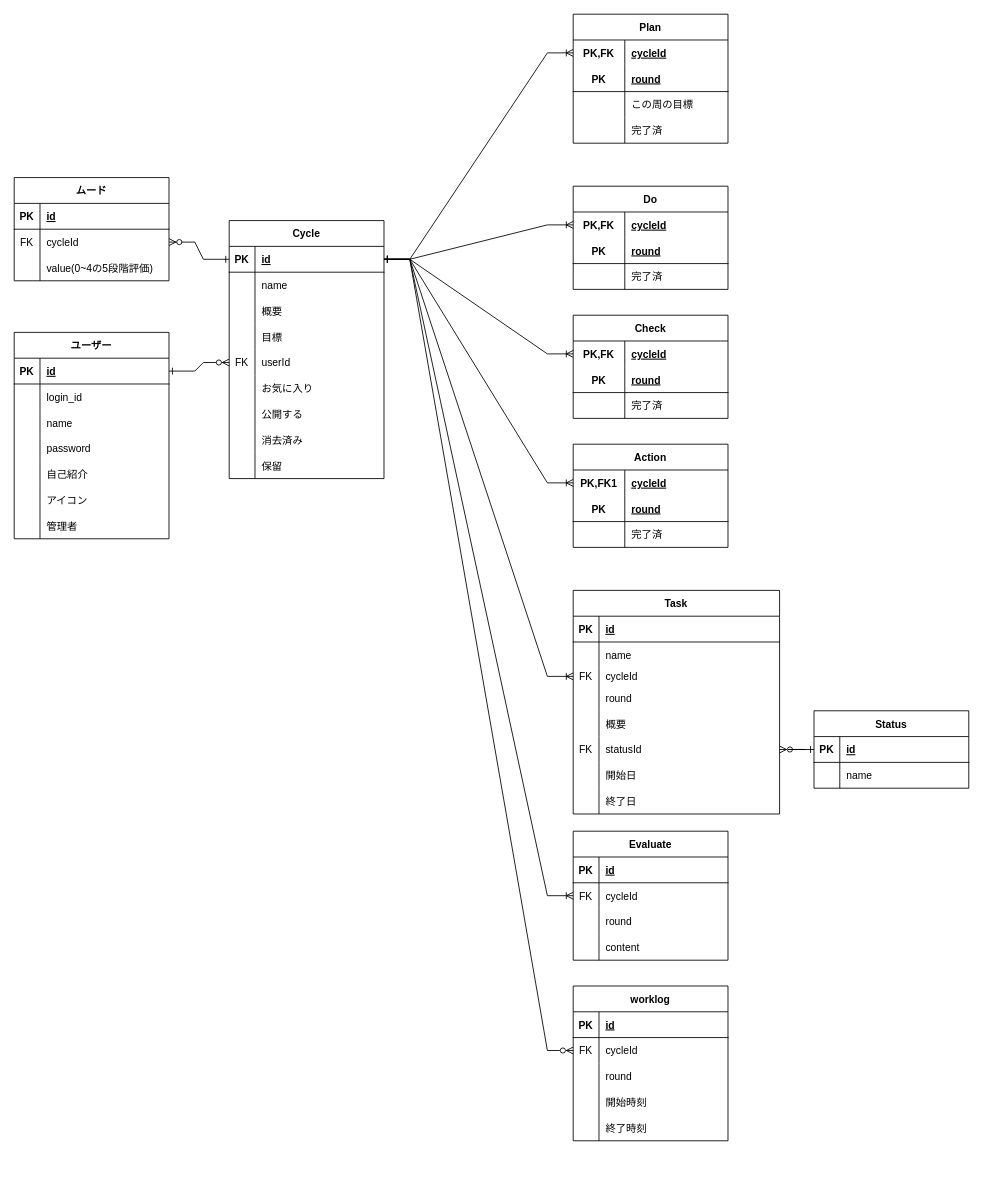
Before: page "ER図(論理図)" (3 of 9) of ER.drawio in katkatprog/drowio, a draw.io diagram. Source tidied: cells renumbered, new cells numbered last; positions are measured from the earlier drawing's top-left corner, leaving out a move shared by most shapes. Both pictures are drawn from the tidied source at 86%, with x=0, y=0 at pixel (14, 14).
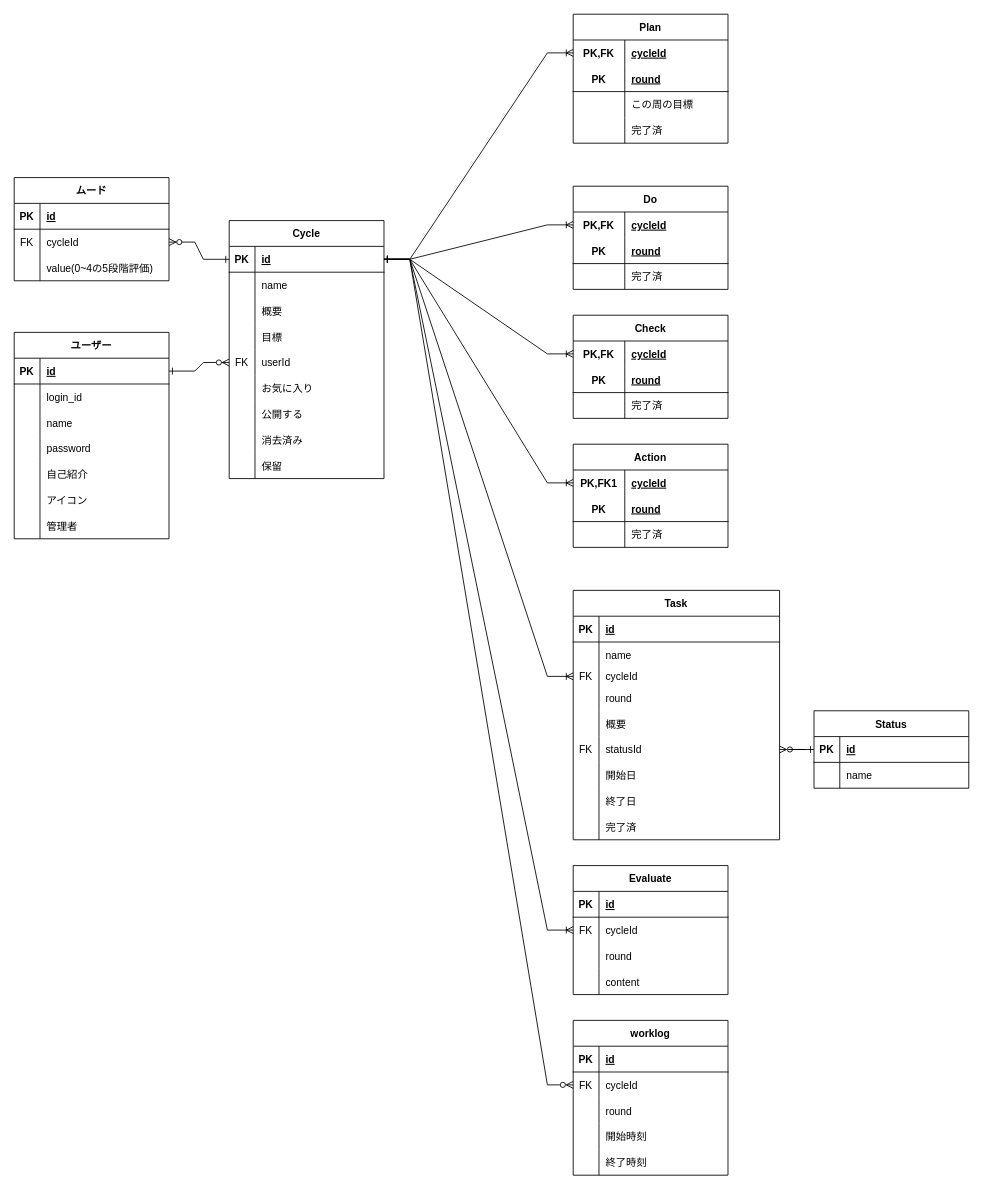
Above is the later version.

The edit, as a diff of the source:
```diff
@@
     <mxCell id="62" value="Task" style="shape=table;startSize=30;childLayout=tableLayout;rowLines=0;fontStyle=1;align=center;" parent="1" vertex="1">
-      <mxGeometry x="650" y="670" width="240" height="260" as="geometry" />
+      <mxGeometry x="650" y="670" width="240" height="290" as="geometry" />
     </mxCell>
@@
+    <mxCell id="176" style="shape=tableRow;horizontal=0;startSize=0;swimlaneHead=0;swimlaneBody=0;fillColor=none;top=0;left=0;right=0;bottom=0;" parent="62" vertex="1">
+      <mxGeometry y="260" width="240" height="30" as="geometry" />
+    </mxCell>
+    <mxCell id="177" style="shape=partialRectangle;fillColor=none;top=0;left=0;bottom=0;right=0;overflow=hidden;" parent="176" vertex="1">
+      <mxGeometry width="30" height="30" as="geometry" />
+    </mxCell>
+    <mxCell id="178" value="完了済" style="shape=partialRectangle;fillColor=none;top=0;left=0;bottom=0;right=0;align=left;spacingLeft=6;overflow=hidden;" parent="176" vertex="1">
+      <mxGeometry x="30" width="210" height="30" as="geometry" />
+    </mxCell>
@@
     <mxCell id="94" value="worklog" style="shape=table;startSize=30;childLayout=tableLayout;rowLines=0;fontStyle=1;align=center;" parent="1" vertex="1">
-      <mxGeometry x="650" y="1130" width="180" height="180" as="geometry" />
+      <mxGeometry x="650" y="1170" width="180" height="180" as="geometry" />
     </mxCell>
@@
     <mxCell id="110" value="Evaluate" style="shape=table;startSize=30;childLayout=tableLayout;rowLines=0;fontStyle=1;align=center;" parent="1" vertex="1">
-      <mxGeometry x="650" y="950" width="180" height="150" as="geometry" />
+      <mxGeometry x="650" y="990" width="180" height="150" as="geometry" />
     </mxCell>
```
